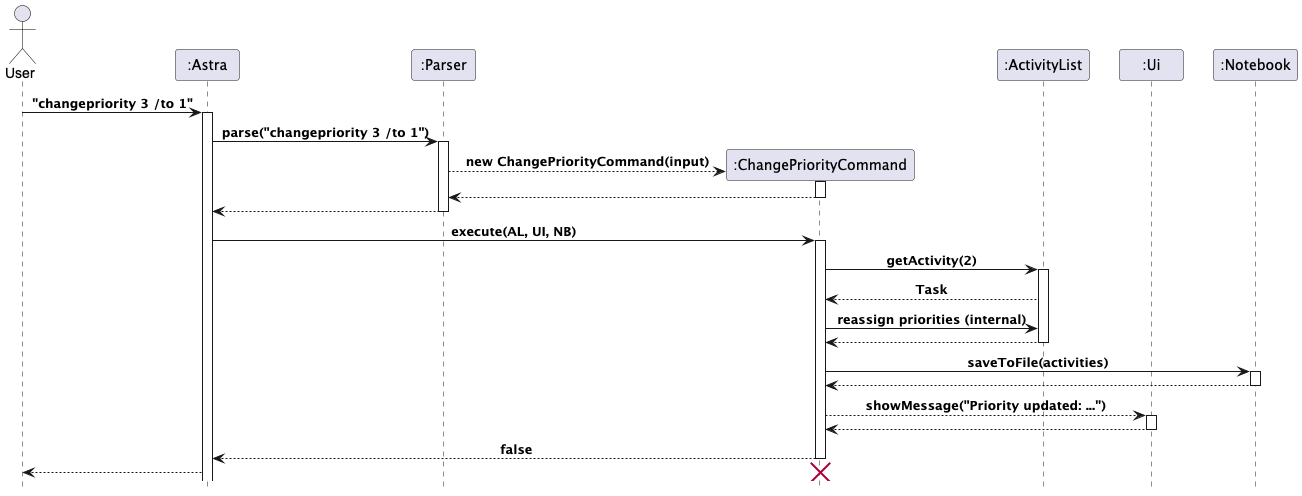
Before: docs/images/Change_Priority_sequence.png, a diagram exported from PlantUML (Kennahh/tp).
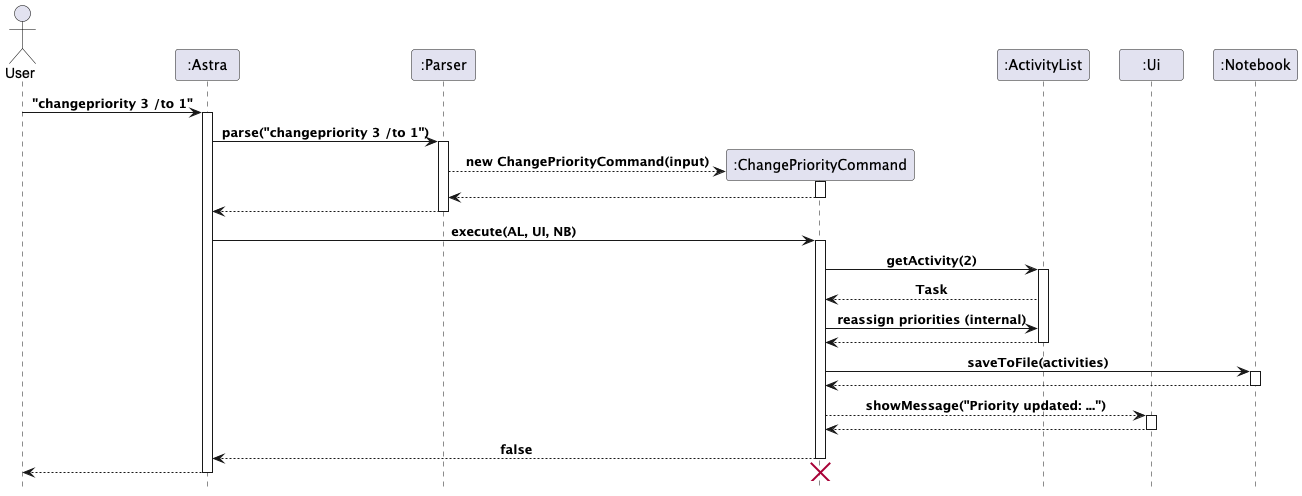
Above is the later version.

Change to the diagram source:
```diff
@@ -33,6 +33,9 @@
 return
 C-->Astra : false
 deactivate C
+
 Astra --> User
 destroy C
+deactivate Astra
+
 @enduml
```
